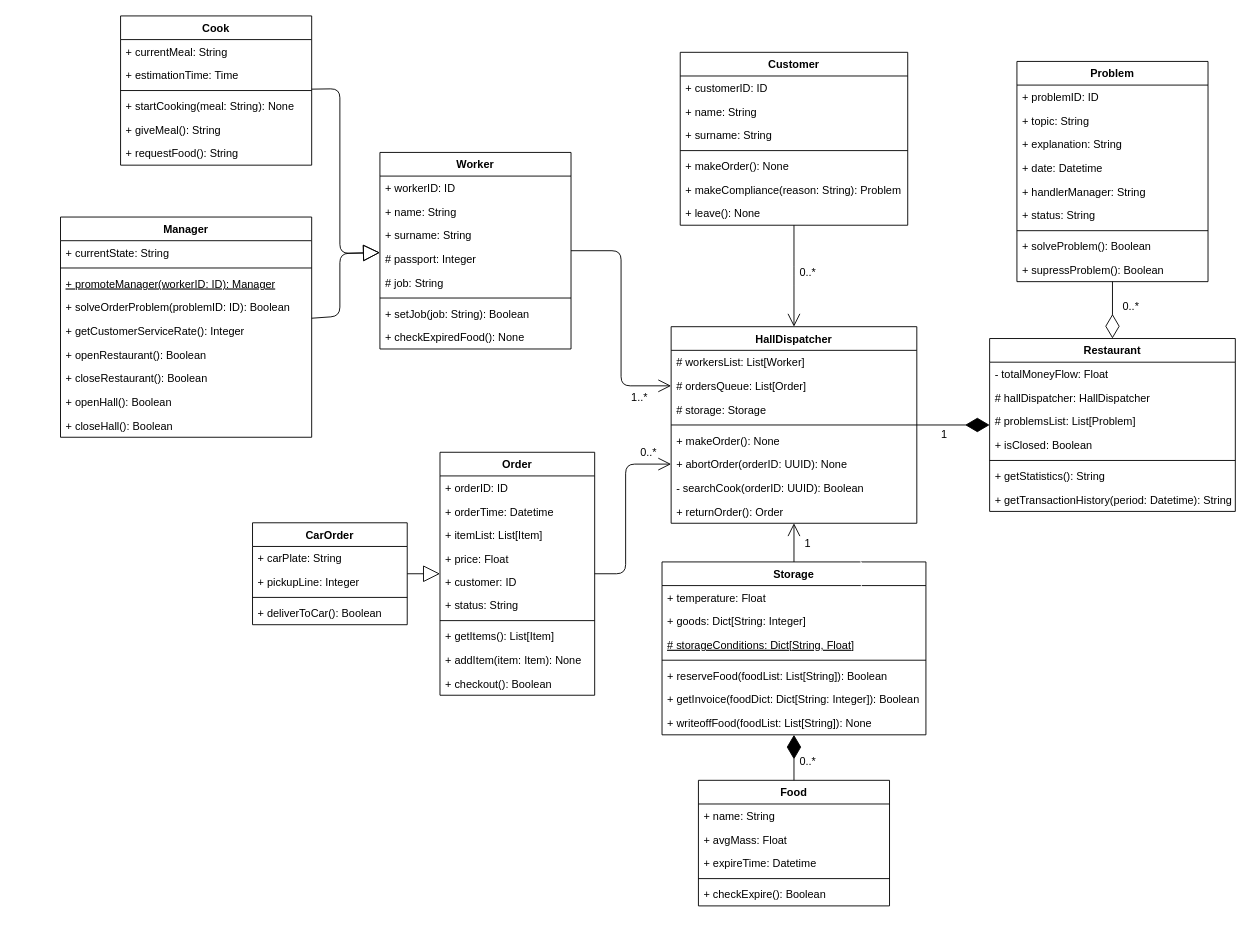
Above: python/task4/Class diagram.drawio in ricci5791/python-education (draw.io), before the change. Source tidied: cells renumbered, new cells numbered last; positions are measured from the earlier drawing's top-left corner, leaving out a move shared by most shapes. Both pictures are drawn from the tidied source at 91%, with x=0, y=0 at pixel (15, 15).
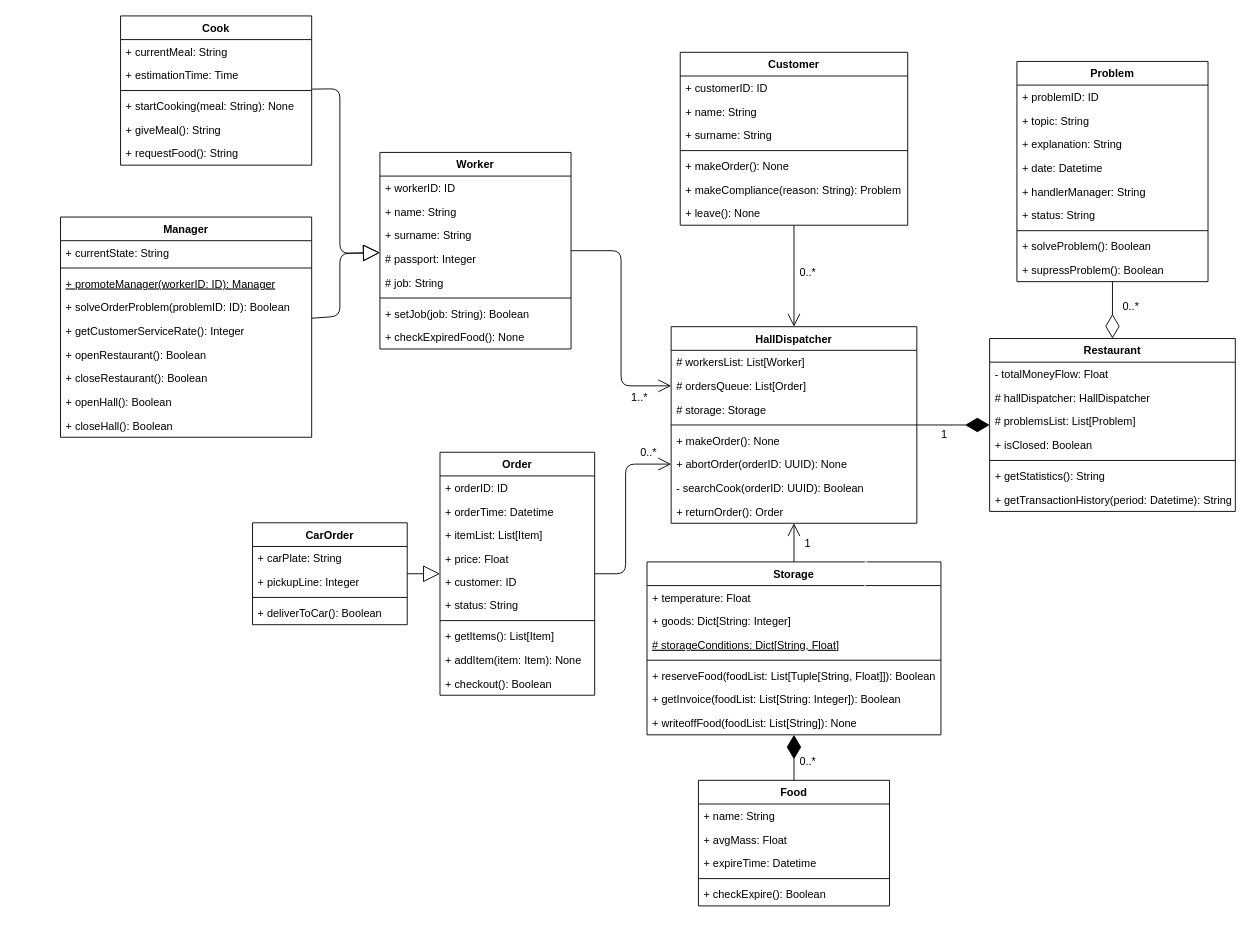
Above is the later version.

Commit message:
changed type of Storage getInvoice and reserveFood funcs

Diff of the diagram source:
```diff
@@
     <mxCell id="84" style="group;" parent="1" vertex="1">
-      <mxGeometry x="710" y="600" width="290" height="358" as="geometry" />
+      <mxGeometry x="710" y="600" width="320" height="358" as="geometry" />
     </mxCell>
     <mxCell id="85" value="Storage" style="swimlane;fontStyle=1;align=center;verticalAlign=top;horizontal=1;startSize=26;" parent="84" vertex="1">
-      <mxGeometry width="290" height="190" as="geometry" />
+      <mxGeometry x="-16.5" width="323" height="190" as="geometry" />
     </mxCell>
     <mxCell id="86" value="+ temperature: Float" style="text;strokeColor=none;fillColor=none;align=left;verticalAlign=top;spacingLeft=4;spacingRight=4;overflow=hidden;" parent="85" vertex="1">
-      <mxGeometry y="26" width="290" height="26" as="geometry" />
+      <mxGeometry y="26" width="323" height="26" as="geometry" />
     </mxCell>
     <mxCell id="87" value="+ goods: Dict[String: Integer]" style="text;strokeColor=none;fillColor=none;align=left;verticalAlign=top;spacingLeft=4;spacingRight=4;overflow=hidden;" parent="85" vertex="1">
-      <mxGeometry y="52" width="290" height="26" as="geometry" />
+      <mxGeometry y="52" width="323" height="26" as="geometry" />
     </mxCell>
     <mxCell id="88" value="# storageConditions: Dict[String, Float]" style="text;strokeColor=none;fillColor=none;align=left;verticalAlign=top;spacingLeft=4;spacingRight=4;overflow=hidden;fontStyle=4;" parent="85" vertex="1">
-      <mxGeometry y="78" width="290" height="26" as="geometry" />
+      <mxGeometry y="78" width="323" height="26" as="geometry" />
     </mxCell>
     <mxCell id="89" style="line;strokeWidth=1;fillColor=none;align=left;verticalAlign=middle;spacingTop=-1;spacingLeft=3;spacingRight=3;labelPosition=right;" parent="85" vertex="1">
-      <mxGeometry y="104" width="290" height="8" as="geometry" />
+      <mxGeometry y="104" width="323" height="8" as="geometry" />
     </mxCell>
-    <mxCell id="90" value="+ reserveFood(foodList: List[String]): Boolean" style="text;strokeColor=none;fillColor=none;align=left;verticalAlign=top;spacingLeft=4;spacingRight=4;overflow=hidden;" parent="85" vertex="1">
-      <mxGeometry y="112" width="290" height="26" as="geometry" />
+    <mxCell id="90" value="+ reserveFood(foodList: List[Tuple[String, Float]]): Boolean" style="text;strokeColor=none;fillColor=none;align=left;verticalAlign=top;spacingLeft=4;spacingRight=4;overflow=hidden;" parent="85" vertex="1">
+      <mxGeometry y="112" width="323" height="26" as="geometry" />
     </mxCell>
-    <mxCell id="91" value="+ getInvoice(foodDict: Dict[String: Integer]): Boolean" style="text;strokeColor=none;fillColor=none;align=left;verticalAlign=top;spacingLeft=4;spacingRight=4;overflow=hidden;" parent="85" vertex="1">
-      <mxGeometry y="138" width="290" height="26" as="geometry" />
+    <mxCell id="91" value="+ getInvoice(foodList: List[String: Integer]): Boolean" style="text;strokeColor=none;fillColor=none;align=left;verticalAlign=top;spacingLeft=4;spacingRight=4;overflow=hidden;" parent="85" vertex="1">
+      <mxGeometry y="138" width="323" height="26" as="geometry" />
     </mxCell>
     <mxCell id="92" value="+ writeoffFood(foodList: List[String]): None" style="text;strokeColor=none;fillColor=none;align=left;verticalAlign=top;spacingLeft=4;spacingRight=4;overflow=hidden;" parent="85" vertex="1">
-      <mxGeometry y="164" width="290" height="26" as="geometry" />
+      <mxGeometry y="164" width="323" height="26" as="geometry" />
     </mxCell>
```
